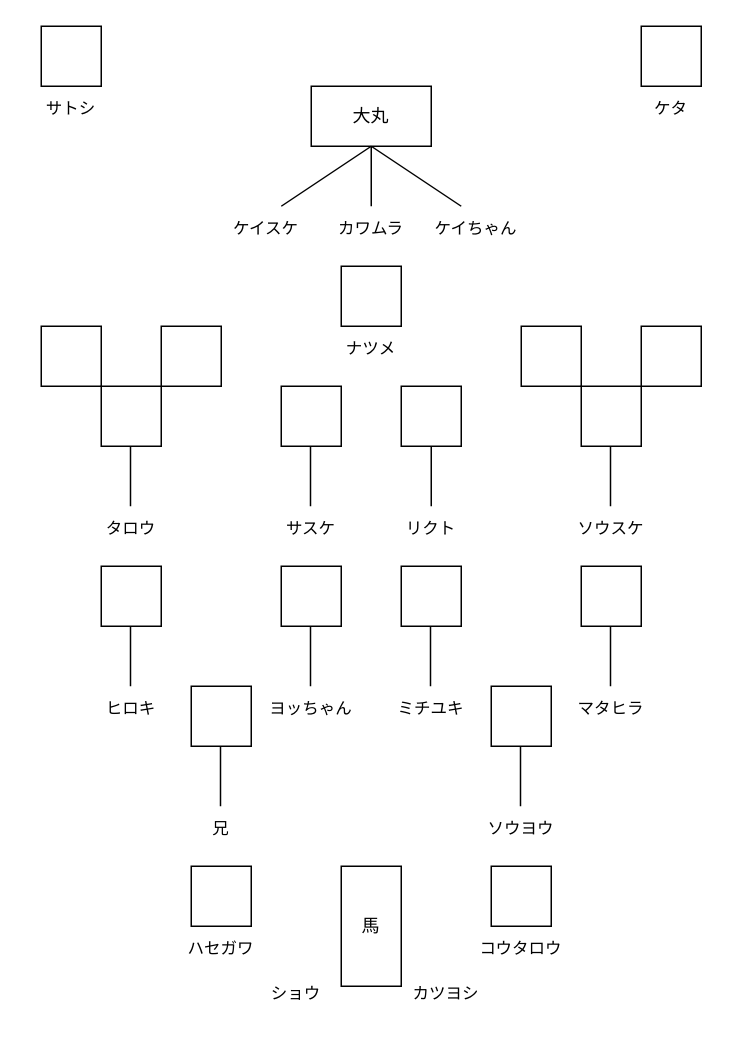
Earlier version of the draw.io diagram formation_2.dio (shingo0321/yaizu_festival). Source tidied: cells renumbered, new cells numbered last; positions are measured from the earlier drawing's top-left corner, leaving out a move shared by most shapes. Both pictures are drawn from the tidied source at 150%, with x=0, y=0 at pixel (26, 26).
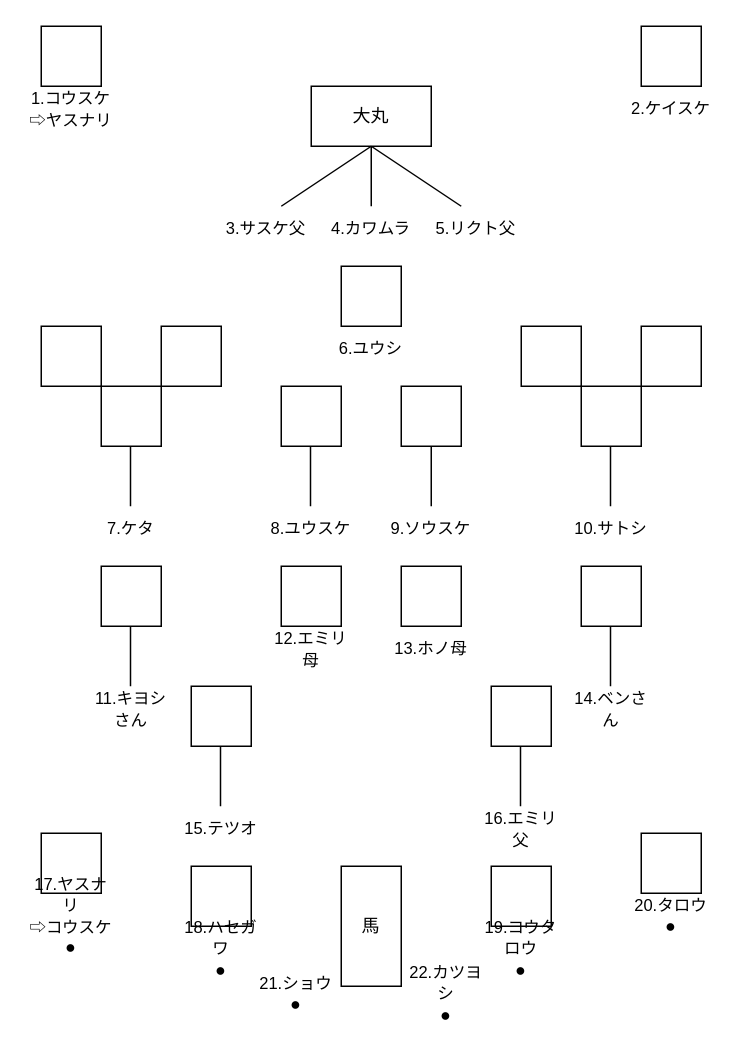
Above is the later version.

Change to the diagram source:
```diff
@@
-    <mxCell id="13" value="&lt;span style=&quot;font-size: 11px;&quot;&gt;ケイスケ&lt;/span&gt;" style="text;html=1;align=center;verticalAlign=middle;whiteSpace=wrap;rounded=0;" parent="1" vertex="1">
+    <mxCell id="13" value="&lt;span style=&quot;font-size: 11px;&quot;&gt;3.サスケ父&lt;/span&gt;" style="text;html=1;align=center;verticalAlign=middle;whiteSpace=wrap;rounded=0;" parent="1" vertex="1">
       <mxGeometry x="130" y="120" width="60" height="30" as="geometry" />
     </mxCell>
-    <mxCell id="14" value="&lt;span style=&quot;font-size: 11px;&quot;&gt;カワムラ&lt;/span&gt;" style="text;html=1;align=center;verticalAlign=middle;whiteSpace=wrap;rounded=0;" parent="1" vertex="1">
+    <mxCell id="14" value="&lt;span style=&quot;font-size: 11px;&quot;&gt;4.カワムラ&lt;/span&gt;" style="text;html=1;align=center;verticalAlign=middle;whiteSpace=wrap;rounded=0;" parent="1" vertex="1">
       <mxGeometry x="200" y="120" width="60" height="30" as="geometry" />
     </mxCell>
-    <mxCell id="15" value="&lt;span style=&quot;font-size: 11px;&quot;&gt;ケイちゃん&lt;/span&gt;" style="text;html=1;align=center;verticalAlign=middle;whiteSpace=wrap;rounded=0;" parent="1" vertex="1">
+    <mxCell id="15" value="&lt;span style=&quot;font-size: 11px;&quot;&gt;5.リクト父&lt;/span&gt;" style="text;html=1;align=center;verticalAlign=middle;whiteSpace=wrap;rounded=0;" parent="1" vertex="1">
       <mxGeometry x="270" y="120" width="60" height="30" as="geometry" />
     </mxCell>
-    <mxCell id="16" value="&lt;span style=&quot;font-size: 11px;&quot;&gt;サトシ&lt;/span&gt;" style="text;html=1;align=center;verticalAlign=middle;whiteSpace=wrap;rounded=0;" parent="1" vertex="1">
+    <mxCell id="16" value="&lt;span style=&quot;font-size: 11px;&quot;&gt;1.コウスケ&lt;BR&gt;⇨ヤスナリ&lt;/span&gt;" style="text;html=1;align=center;verticalAlign=middle;whiteSpace=wrap;rounded=0;" parent="1" vertex="1">
       <mxGeometry y="40" width="60" height="30" as="geometry" />
     </mxCell>
@@
-    <mxCell id="18" value="&lt;span style=&quot;font-size: 11px;&quot;&gt;ケタ&lt;/span&gt;" style="text;html=1;align=center;verticalAlign=middle;whiteSpace=wrap;rounded=0;" parent="1" vertex="1">
+    <mxCell id="18" value="&lt;span style=&quot;font-size: 11px;&quot;&gt;2.ケイスケ&lt;/span&gt;" style="text;html=1;align=center;verticalAlign=middle;whiteSpace=wrap;rounded=0;" parent="1" vertex="1">
       <mxGeometry x="400" y="40" width="60" height="30" as="geometry" />
     </mxCell>
-    <mxCell id="19" value="&lt;span style=&quot;font-size: 11px;&quot;&gt;ナツメ&lt;/span&gt;" style="text;html=1;align=center;verticalAlign=middle;whiteSpace=wrap;rounded=0;" parent="1" vertex="1">
+    <mxCell id="19" value="&lt;span style=&quot;font-size: 11px;&quot;&gt;6.ユウシ&lt;/span&gt;" style="text;html=1;align=center;verticalAlign=middle;whiteSpace=wrap;rounded=0;" parent="1" vertex="1">
       <mxGeometry x="200" y="200" width="60" height="30" as="geometry" />
     </mxCell>
@@
-    <mxCell id="27" value="&lt;span style=&quot;font-size: 11px;&quot;&gt;タロウ&lt;/span&gt;" style="text;html=1;align=center;verticalAlign=middle;whiteSpace=wrap;rounded=0;" parent="1" vertex="1">
+    <mxCell id="27" value="&lt;span style=&quot;font-size: 11px;&quot;&gt;7.ケタ&lt;/span&gt;" style="text;html=1;align=center;verticalAlign=middle;whiteSpace=wrap;rounded=0;" parent="1" vertex="1">
       <mxGeometry x="40" y="320" width="60" height="30" as="geometry" />
     </mxCell>
-    <mxCell id="28" value="&lt;span style=&quot;font-size: 11px;&quot;&gt;サスケ&lt;/span&gt;" style="text;html=1;align=center;verticalAlign=middle;whiteSpace=wrap;rounded=0;" parent="1" vertex="1">
+    <mxCell id="28" value="&lt;span style=&quot;font-size: 11px;&quot;&gt;8.ユウスケ&lt;/span&gt;" style="text;html=1;align=center;verticalAlign=middle;whiteSpace=wrap;rounded=0;" parent="1" vertex="1">
       <mxGeometry x="160" y="320" width="60" height="30" as="geometry" />
     </mxCell>
-    <mxCell id="29" value="&lt;span style=&quot;font-size: 11px;&quot;&gt;リクト&lt;/span&gt;" style="text;html=1;align=center;verticalAlign=middle;whiteSpace=wrap;rounded=0;" parent="1" vertex="1">
+    <mxCell id="29" value="&lt;span style=&quot;font-size: 11px;&quot;&gt;9.ソウスケ&lt;/span&gt;" style="text;html=1;align=center;verticalAlign=middle;whiteSpace=wrap;rounded=0;" parent="1" vertex="1">
       <mxGeometry x="240" y="320" width="60" height="30" as="geometry" />
     </mxCell>
-    <mxCell id="30" value="&lt;span style=&quot;font-size: 11px;&quot;&gt;ソウスケ&lt;/span&gt;" style="text;html=1;align=center;verticalAlign=middle;whiteSpace=wrap;rounded=0;" parent="1" vertex="1">
+    <mxCell id="30" value="&lt;span style=&quot;font-size: 11px;&quot;&gt;10.サトシ&lt;/span&gt;" style="text;html=1;align=center;verticalAlign=middle;whiteSpace=wrap;rounded=0;" parent="1" vertex="1">
       <mxGeometry x="360" y="320" width="60" height="30" as="geometry" />
     </mxCell>
@@
-    <mxCell id="33" value="&lt;span style=&quot;font-size: 11px;&quot;&gt;ヒロキ&lt;/span&gt;" style="text;html=1;align=center;verticalAlign=middle;whiteSpace=wrap;rounded=0;" parent="1" vertex="1">
+    <mxCell id="33" value="&lt;span style=&quot;font-size: 11px;&quot;&gt;11.キヨシさん&lt;/span&gt;" style="text;html=1;align=center;verticalAlign=middle;whiteSpace=wrap;rounded=0;" parent="1" vertex="1">
       <mxGeometry x="40" y="440" width="60" height="30" as="geometry" />
     </mxCell>
@@
-    <mxCell id="35" style="endArrow=none;html=1;" parent="1" edge="1">
-      <mxGeometry relative="1" as="geometry">
-        <mxPoint x="189.5" y="440" as="sourcePoint" />
-        <mxPoint x="189.5" y="400" as="targetPoint" />
-      </mxGeometry>
-    </mxCell>
-    <mxCell id="36" value="&lt;span style=&quot;font-size: 11px;&quot;&gt;ヨッちゃん&lt;/span&gt;" style="text;html=1;align=center;verticalAlign=middle;whiteSpace=wrap;rounded=0;" parent="1" vertex="1">
-      <mxGeometry x="160" y="440" width="60" height="30" as="geometry" />
+    <mxCell id="36" value="&lt;span style=&quot;font-size: 11px;&quot;&gt;12.エミリ母&lt;/span&gt;" style="text;html=1;align=center;verticalAlign=middle;whiteSpace=wrap;rounded=0;" parent="1" vertex="1">
+      <mxGeometry x="160" y="400" width="60" height="30" as="geometry" />
     </mxCell>
@@
-    <mxCell id="38" style="endArrow=none;html=1;" parent="1" edge="1">
-      <mxGeometry relative="1" as="geometry">
-        <mxPoint x="269.5" y="440" as="sourcePoint" />
-        <mxPoint x="269.5" y="400" as="targetPoint" />
-      </mxGeometry>
-    </mxCell>
-    <mxCell id="39" value="&lt;span style=&quot;font-size: 11px;&quot;&gt;ミチユキ&lt;/span&gt;" style="text;html=1;align=center;verticalAlign=middle;whiteSpace=wrap;rounded=0;" parent="1" vertex="1">
-      <mxGeometry x="240" y="440" width="60" height="30" as="geometry" />
+    <mxCell id="39" value="&lt;span style=&quot;font-size: 11px;&quot;&gt;13.ホノ母&lt;/span&gt;" style="text;html=1;align=center;verticalAlign=middle;whiteSpace=wrap;rounded=0;" parent="1" vertex="1">
+      <mxGeometry x="240" y="400" width="60" height="30" as="geometry" />
     </mxCell>
@@
-    <mxCell id="42" value="&lt;span style=&quot;font-size: 11px;&quot;&gt;マタヒラ&lt;/span&gt;" style="text;html=1;align=center;verticalAlign=middle;whiteSpace=wrap;rounded=0;" parent="1" vertex="1">
+    <mxCell id="42" value="&lt;span style=&quot;font-size: 11px;&quot;&gt;14.ベンさん&lt;/span&gt;" style="text;html=1;align=center;verticalAlign=middle;whiteSpace=wrap;rounded=0;" parent="1" vertex="1">
       <mxGeometry x="360" y="440" width="60" height="30" as="geometry" />
     </mxCell>
@@
-    <mxCell id="45" value="&lt;span style=&quot;font-size: 11px;&quot;&gt;兄&lt;/span&gt;" style="text;html=1;align=center;verticalAlign=middle;whiteSpace=wrap;rounded=0;" parent="1" vertex="1">
+    <mxCell id="45" value="&lt;span style=&quot;font-size: 11px;&quot;&gt;15.テツオ&lt;/span&gt;" style="text;html=1;align=center;verticalAlign=middle;whiteSpace=wrap;rounded=0;" parent="1" vertex="1">
       <mxGeometry x="100" y="520" width="60" height="30" as="geometry" />
     </mxCell>
@@
-    <mxCell id="48" value="&lt;span style=&quot;font-size: 11px;&quot;&gt;ソウヨウ&lt;/span&gt;" style="text;html=1;align=center;verticalAlign=middle;whiteSpace=wrap;rounded=0;" parent="1" vertex="1">
+    <mxCell id="48" value="&lt;span style=&quot;font-size: 11px;&quot;&gt;16.エミリ父&lt;/span&gt;" style="text;html=1;align=center;verticalAlign=middle;whiteSpace=wrap;rounded=0;" parent="1" vertex="1">
       <mxGeometry x="300" y="520" width="60" height="30" as="geometry" />
     </mxCell>
@@
-    <mxCell id="51" value="&lt;span style=&quot;font-size: 11px;&quot;&gt;ハセガワ&lt;/span&gt;" style="text;html=1;align=center;verticalAlign=middle;whiteSpace=wrap;rounded=0;" parent="1" vertex="1">
+    <mxCell id="51" value="&lt;span style=&quot;font-size: 11px;&quot;&gt;18.ハセガワ&lt;BR&gt;⚫︎&lt;/span&gt;" style="text;html=1;align=center;verticalAlign=middle;whiteSpace=wrap;rounded=0;" parent="1" vertex="1">
       <mxGeometry x="100" y="600" width="60" height="30" as="geometry" />
     </mxCell>
-    <mxCell id="52" value="&lt;span style=&quot;font-size: 11px;&quot;&gt;ショウ&lt;/span&gt;" style="text;html=1;align=center;verticalAlign=middle;whiteSpace=wrap;rounded=0;" parent="1" vertex="1">
+    <mxCell id="52" value="&lt;span style=&quot;font-size: 11px;&quot;&gt;21.ショウ&lt;BR&gt;⚫︎&lt;/span&gt;" style="text;html=1;align=center;verticalAlign=middle;whiteSpace=wrap;rounded=0;" parent="1" vertex="1">
       <mxGeometry x="150" y="630" width="60" height="30" as="geometry" />
     </mxCell>
@@
-    <mxCell id="54" value="&lt;span style=&quot;font-size: 11px;&quot;&gt;コウタロウ&lt;/span&gt;" style="text;html=1;align=center;verticalAlign=middle;whiteSpace=wrap;rounded=0;" parent="1" vertex="1">
+    <mxCell id="54" value="&lt;span style=&quot;font-size: 11px;&quot;&gt;19.コウタロウ&lt;BR&gt;⚫︎&lt;/span&gt;" style="text;html=1;align=center;verticalAlign=middle;whiteSpace=wrap;rounded=0;" parent="1" vertex="1">
       <mxGeometry x="300" y="600" width="60" height="30" as="geometry" />
     </mxCell>
-    <mxCell id="55" value="&lt;span style=&quot;font-size: 11px;&quot;&gt;カツヨシ&lt;/span&gt;" style="text;html=1;align=center;verticalAlign=middle;whiteSpace=wrap;rounded=0;" parent="1" vertex="1">
+    <mxCell id="55" value="&lt;span style=&quot;font-size: 11px;&quot;&gt;22.カツヨシ&lt;BR&gt;⚫︎&lt;/span&gt;" style="text;html=1;align=center;verticalAlign=middle;whiteSpace=wrap;rounded=0;" parent="1" vertex="1">
       <mxGeometry x="250" y="630" width="60" height="30" as="geometry" />
     </mxCell>
+    <mxCell id="56" style="rounded=0;whiteSpace=wrap;html=1;" parent="1" vertex="1">
+      <mxGeometry x="10" y="538" width="40" height="40" as="geometry" />
+    </mxCell>
+    <mxCell id="57" style="rounded=0;whiteSpace=wrap;html=1;" parent="1" vertex="1">
+      <mxGeometry x="410" y="538" width="40" height="40" as="geometry" />
+    </mxCell>
+    <mxCell id="58" value="&lt;span style=&quot;font-size: 11px;&quot;&gt;17.ヤスナリ&lt;BR&gt;⇨コウスケ&lt;BR&gt;⚫︎&lt;/span&gt;" style="text;html=1;align=center;verticalAlign=middle;whiteSpace=wrap;rounded=0;" parent="1" vertex="1">
+      <mxGeometry y="578" width="60" height="30" as="geometry" />
+    </mxCell>
+    <mxCell id="59" value="&lt;span style=&quot;font-size: 11px;&quot;&gt;20.タロウ&lt;BR&gt;⚫︎&lt;/span&gt;" style="text;html=1;align=center;verticalAlign=middle;whiteSpace=wrap;rounded=0;" parent="1" vertex="1">
+      <mxGeometry x="400" y="578" width="60" height="30" as="geometry" />
+    </mxCell>
```
